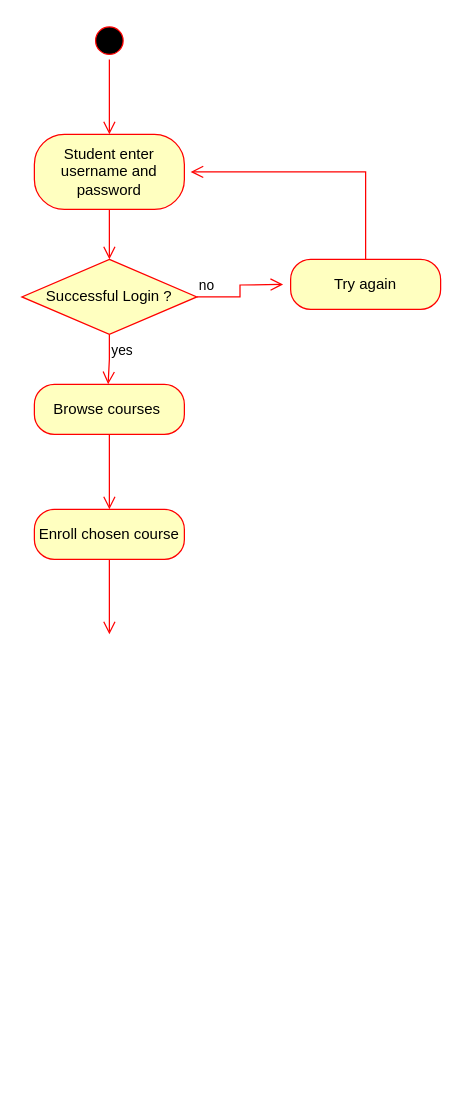
Before: page "Page-2" (2 of 2) of ClassDiagram.drawio in ahmed-elmasryy/SkillForge-UML-Design, a draw.io diagram. Source tidied: cells renumbered, new cells numbered last; positions are measured from the earlier drawing's top-left corner, leaving out a move shared by most shapes. Both pictures are drawn from the tidied source at 125%, with x=0, y=0 at pixel (21, 21).
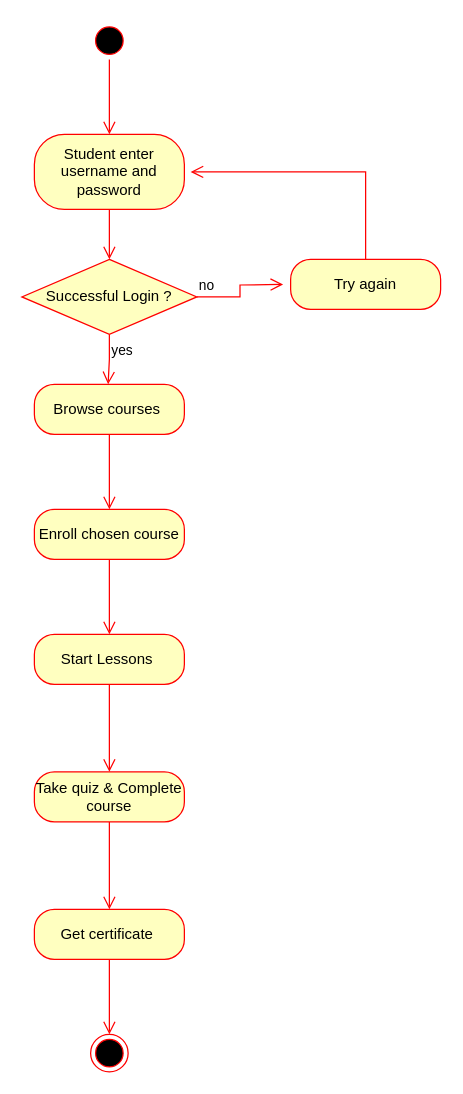
After the change.

What changed in the source:
```diff
@@
+    <mxCell id="15" value="Start Lessons&amp;nbsp;" style="rounded=1;whiteSpace=wrap;html=1;arcSize=40;fontColor=#000000;fillColor=#ffffc0;strokeColor=#ff0000;" parent="1" vertex="1">
+      <mxGeometry x="10" y="490" width="120" height="40" as="geometry" />
+    </mxCell>
+    <mxCell id="16" style="edgeStyle=orthogonalEdgeStyle;html=1;verticalAlign=bottom;endArrow=open;endSize=8;strokeColor=#ff0000;rounded=0;" parent="1" edge="1" source="15">
+      <mxGeometry relative="1" as="geometry">
+        <mxPoint x="70" y="600" as="targetPoint" />
+      </mxGeometry>
+    </mxCell>
+    <mxCell id="17" value="Take quiz &amp;amp; Complete course" style="rounded=1;whiteSpace=wrap;html=1;arcSize=40;fontColor=#000000;fillColor=#ffffc0;strokeColor=#ff0000;" parent="1" vertex="1">
+      <mxGeometry x="10" y="600" width="120" height="40" as="geometry" />
+    </mxCell>
+    <mxCell id="18" style="edgeStyle=orthogonalEdgeStyle;html=1;verticalAlign=bottom;endArrow=open;endSize=8;strokeColor=#ff0000;rounded=0;" parent="1" edge="1" source="17">
+      <mxGeometry relative="1" as="geometry">
+        <mxPoint x="70" y="710" as="targetPoint" />
+      </mxGeometry>
+    </mxCell>
+    <mxCell id="19" value="Get certificate&amp;nbsp;" style="rounded=1;whiteSpace=wrap;html=1;arcSize=40;fontColor=#000000;fillColor=#ffffc0;strokeColor=#ff0000;" parent="1" vertex="1">
+      <mxGeometry x="10" y="710" width="120" height="40" as="geometry" />
+    </mxCell>
+    <mxCell id="20" style="edgeStyle=orthogonalEdgeStyle;html=1;verticalAlign=bottom;endArrow=open;endSize=8;strokeColor=#ff0000;rounded=0;" parent="1" edge="1" source="19">
+      <mxGeometry relative="1" as="geometry">
+        <mxPoint x="70" y="810" as="targetPoint" />
+      </mxGeometry>
+    </mxCell>
+    <mxCell id="21" style="ellipse;html=1;shape=endState;fillColor=#000000;strokeColor=#ff0000;" parent="1" vertex="1">
+      <mxGeometry x="55" y="810" width="30" height="30" as="geometry" />
+    </mxCell>
```
